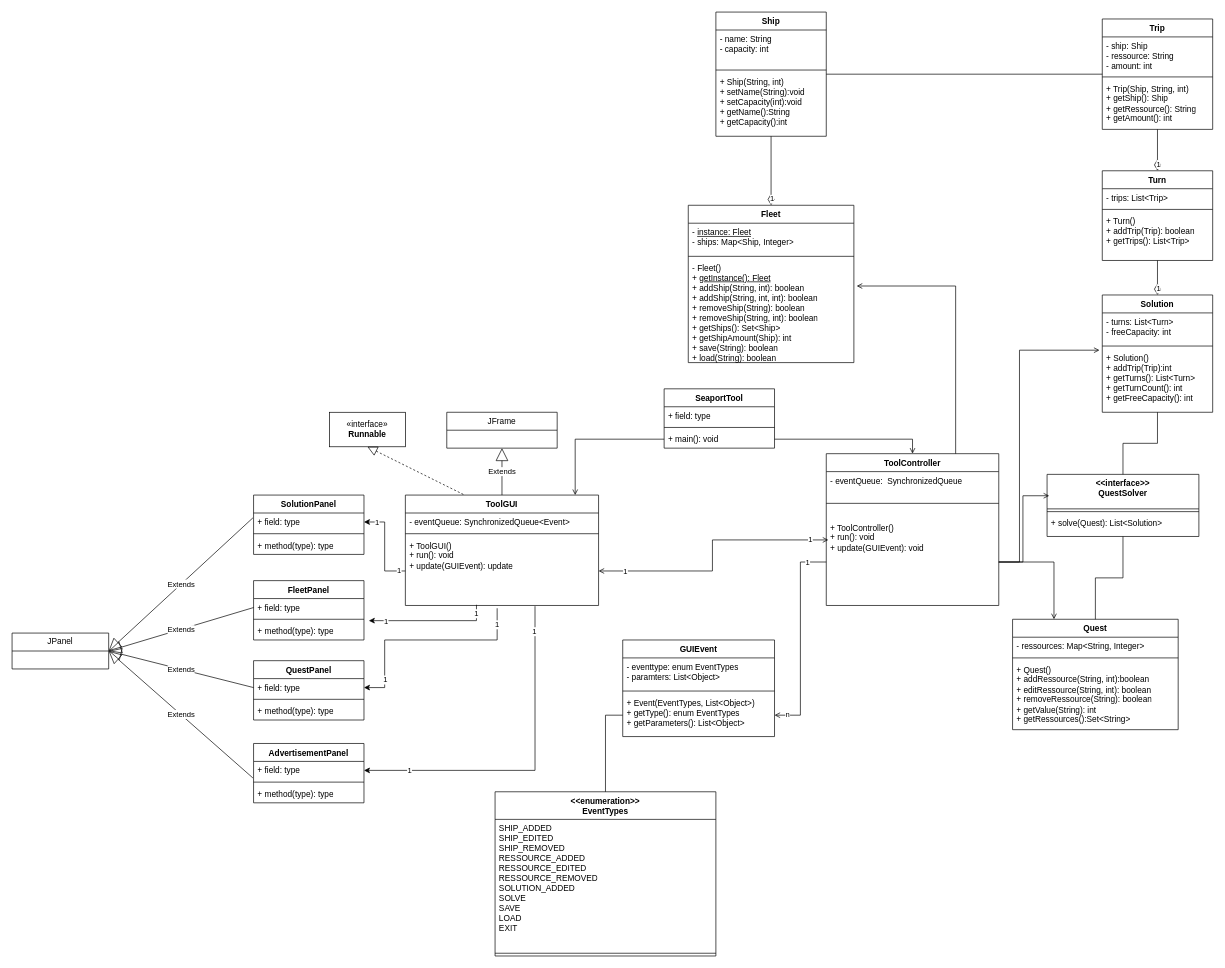
The draw.io diagram doc/Klassendiagramm.drawio in sloorx/SeaportTool, before the edit. Source tidied: cells renumbered, new cells numbered last; positions are measured from the earlier drawing's top-left corner, leaving out a move shared by most shapes. Both pictures are drawn from the tidied source at 69%, with x=0, y=0 at pixel (12, 12).
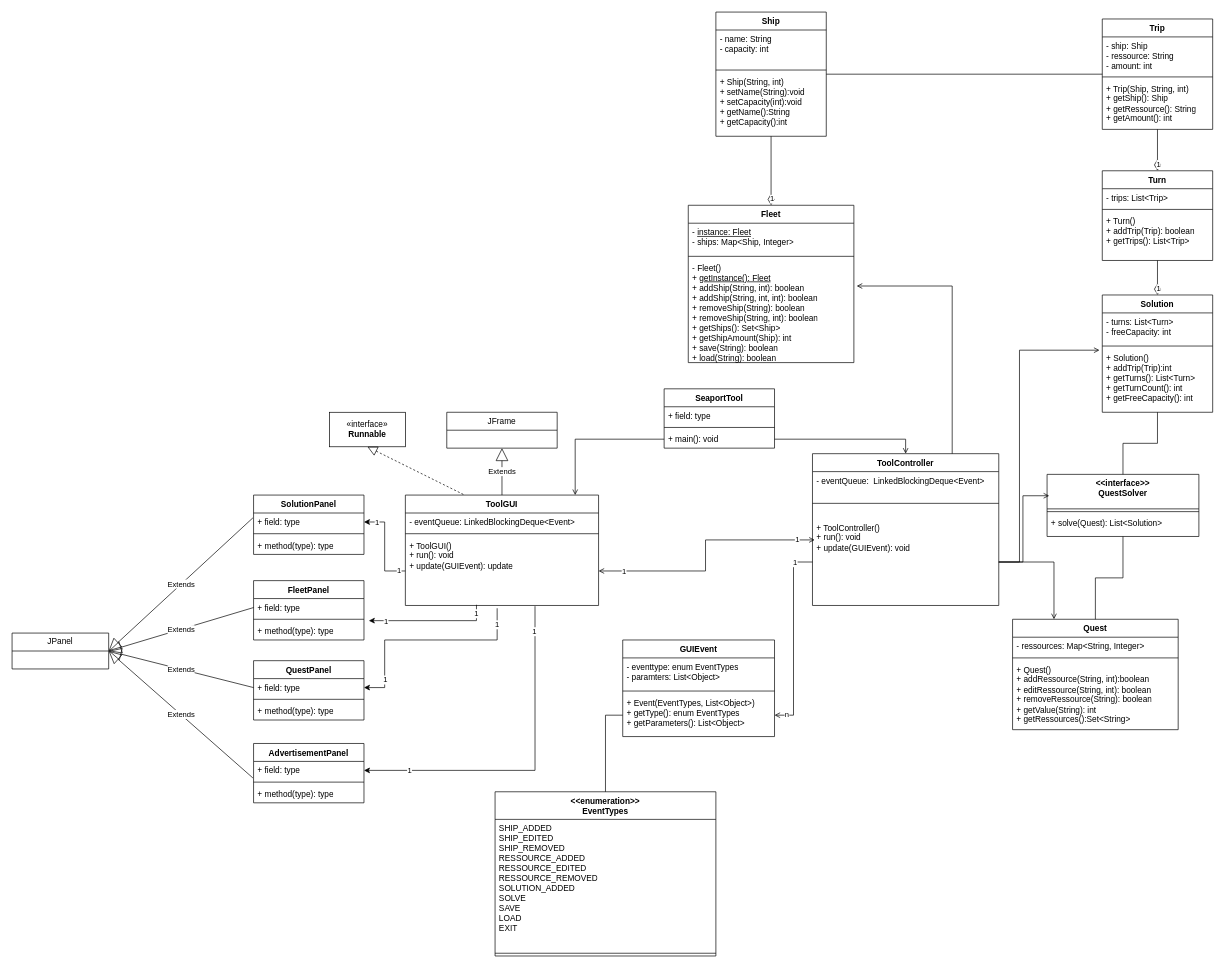
After the change.

Commit message:
Fixed datatype for synchronized queue

Unchanged cells that the change refers to:
```xml
<mxCell id="43" value="ToolGUI" style="swimlane;fontStyle=1;align=center;verticalAlign=top;horizontal=1;startSize=26;whiteSpace=wrap;html=1;" parent="1" vertex="1">
  <mxGeometry x="570" y="700" width="280" height="160" as="geometry" />
</mxCell>
```

Diff of the diagram source:
```diff
@@
     <mxCell id="39" value="ToolController" style="swimlane;fontStyle=1;align=center;verticalAlign=top;horizontal=1;startSize=26;whiteSpace=wrap;html=1;" parent="1" vertex="1">
-      <mxGeometry x="1180" y="640" width="250" height="220" as="geometry" />
+      <mxGeometry x="1160" y="640" width="270" height="220" as="geometry" />
     </mxCell>
-    <mxCell id="40" value="- eventQueue:&amp;nbsp; SynchronizedQueue" style="text;strokeColor=none;fillColor=none;align=left;verticalAlign=top;spacingLeft=4;spacingRight=4;overflow=hidden;whiteSpace=wrap;html=1;" parent="39" vertex="1">
-      <mxGeometry y="26" width="250" height="24" as="geometry" />
+    <mxCell id="40" value="- eventQueue:&amp;nbsp; LinkedBlockingDeque&amp;lt;Event&amp;gt;" style="text;strokeColor=none;fillColor=none;align=left;verticalAlign=top;spacingLeft=4;spacingRight=4;overflow=hidden;whiteSpace=wrap;html=1;" parent="39" vertex="1">
+      <mxGeometry y="26" width="270" height="24" as="geometry" />
     </mxCell>
     <mxCell id="41" style="line;strokeWidth=1;fillColor=none;align=left;verticalAlign=middle;spacingTop=-1;spacingLeft=3;spacingRight=3;labelPosition=right;strokeColor=inherit;" parent="39" vertex="1">
-      <mxGeometry y="50" width="250" height="44" as="geometry" />
+      <mxGeometry y="50" width="270" height="44" as="geometry" />
     </mxCell>
     <mxCell id="42" value="+ ToolController()&lt;br&gt;+ run(): void&lt;br&gt;+ update(GUIEvent): void" style="text;strokeColor=none;fillColor=none;align=left;verticalAlign=top;spacingLeft=4;spacingRight=4;overflow=hidden;points=[[0,0.5],[1,0.5]];portConstraint=eastwest;whiteSpace=wrap;html=1;" parent="39" vertex="1">
-      <mxGeometry y="94" width="250" height="126" as="geometry" />
+      <mxGeometry y="94" width="270" height="126" as="geometry" />
     </mxCell>
@@
-    <mxCell id="44" value="- eventQueue: SynchronizedQueue&amp;lt;Event&amp;gt;" style="text;strokeColor=none;fillColor=none;align=left;verticalAlign=top;spacingLeft=4;spacingRight=4;overflow=hidden;whiteSpace=wrap;html=1;" parent="43" vertex="1">
+    <mxCell id="44" value="- eventQueue: LinkedBlockingDeque&amp;lt;Event&amp;gt;" style="text;strokeColor=none;fillColor=none;align=left;verticalAlign=top;spacingLeft=4;spacingRight=4;overflow=hidden;whiteSpace=wrap;html=1;" parent="43" vertex="1">
       <mxGeometry y="26" width="280" height="26" as="geometry" />
     </mxCell>
```
